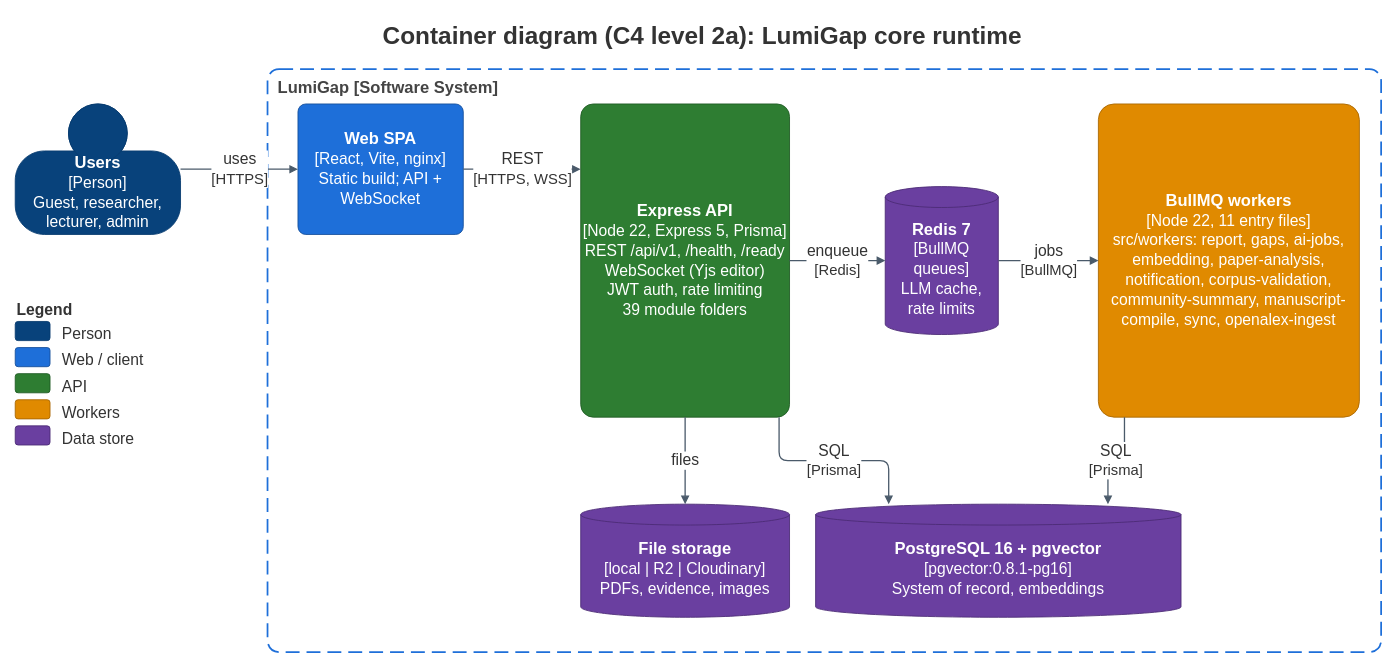
Khoa-Hoa-Technology-Solution-Company/lumi-gap keeps this draw.io diagram as docs/diagrams/report4/R4_C4_L2a_Containers.drawio. Above is the earlier version. Source tidied: cells renumbered, new cells numbered last; positions are measured from the earlier drawing's top-left corner, leaving out a move shared by most shapes. Both pictures are drawn from the tidied source at 87%, with x=0, y=0 at pixel (15, 15).
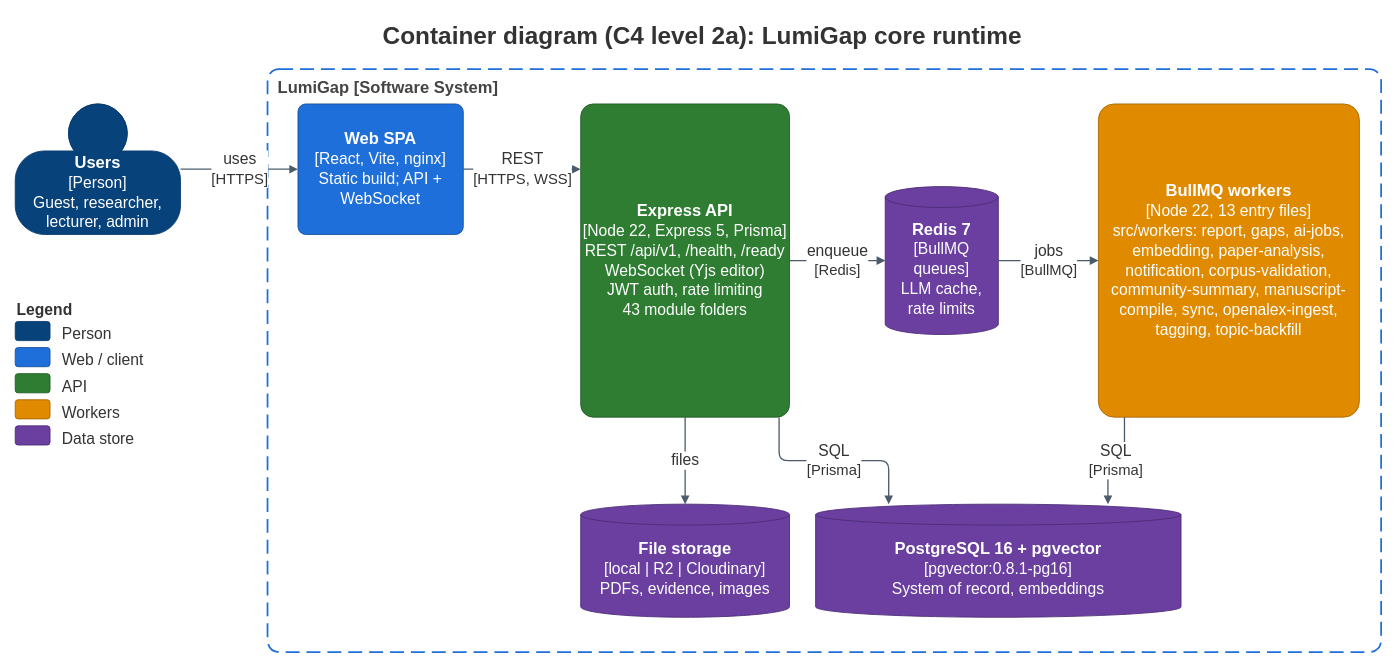
Above is the later version.

Diff of the diagram source:
```diff
@@
-    <mxCell id="6" value="&lt;b&gt;Express API&lt;/b&gt;&lt;br&gt;&lt;span style=&quot;font-size:18px&quot;&gt;[Node 22, Express 5, Prisma]&lt;/span&gt;&lt;br&gt;&lt;span style=&quot;font-size:18px&quot;&gt;REST /api/v1, /health, /ready&lt;br&gt;WebSocket (Yjs editor)&lt;br&gt;JWT auth, rate limiting&lt;br&gt;39 module folders&lt;/span&gt;" style="rounded=1;arcSize=6;whiteSpace=wrap;html=1;fillColor=#2E7D32;fontColor=#ffffff;strokeColor=#1F5A23;fontSize=19;" parent="1" vertex="1">
+    <mxCell id="6" value="&lt;b&gt;Express API&lt;/b&gt;&lt;br&gt;&lt;span style=&quot;font-size:18px&quot;&gt;[Node 22, Express 5, Prisma]&lt;/span&gt;&lt;br&gt;&lt;span style=&quot;font-size:18px&quot;&gt;REST /api/v1, /health, /ready&lt;br&gt;WebSocket (Yjs editor)&lt;br&gt;JWT auth, rate limiting&lt;br&gt;43 module folders&lt;/span&gt;" style="rounded=1;arcSize=6;whiteSpace=wrap;html=1;fillColor=#2E7D32;fontColor=#ffffff;strokeColor=#1F5A23;fontSize=19;" parent="1" vertex="1">
       <mxGeometry x="650" y="102" width="240" height="360" as="geometry" />
     </mxCell>
@@
-    <mxCell id="8" value="&lt;b&gt;BullMQ workers&lt;/b&gt;&lt;br&gt;&lt;span style=&quot;font-size:18px&quot;&gt;[Node 22, 11 entry files]&lt;/span&gt;&lt;br&gt;&lt;span style=&quot;font-size:18px&quot;&gt;src/workers: report, gaps, ai-jobs, embedding, paper-analysis, notification, corpus-validation, community-summary, manuscript-compile, sync, openalex-ingest&lt;/span&gt;" style="rounded=1;arcSize=6;whiteSpace=wrap;html=1;fillColor=#E08A00;fontColor=#ffffff;strokeColor=#A86600;fontSize=19;" parent="1" vertex="1">
+    <mxCell id="8" value="&lt;b&gt;BullMQ workers&lt;/b&gt;&lt;br&gt;&lt;span style=&quot;font-size:18px&quot;&gt;[Node 22, 13 entry files]&lt;/span&gt;&lt;br&gt;&lt;span style=&quot;font-size:18px&quot;&gt;src/workers: report, gaps, ai-jobs, embedding, paper-analysis, notification, corpus-validation, community-summary, manuscript-compile, sync, openalex-ingest, tagging, topic-backfill&lt;/span&gt;" style="rounded=1;arcSize=6;whiteSpace=wrap;html=1;fillColor=#E08A00;fontColor=#ffffff;strokeColor=#A86600;fontSize=19;" parent="1" vertex="1">
       <mxGeometry x="1245" y="102" width="300" height="360" as="geometry" />
     </mxCell>
```
